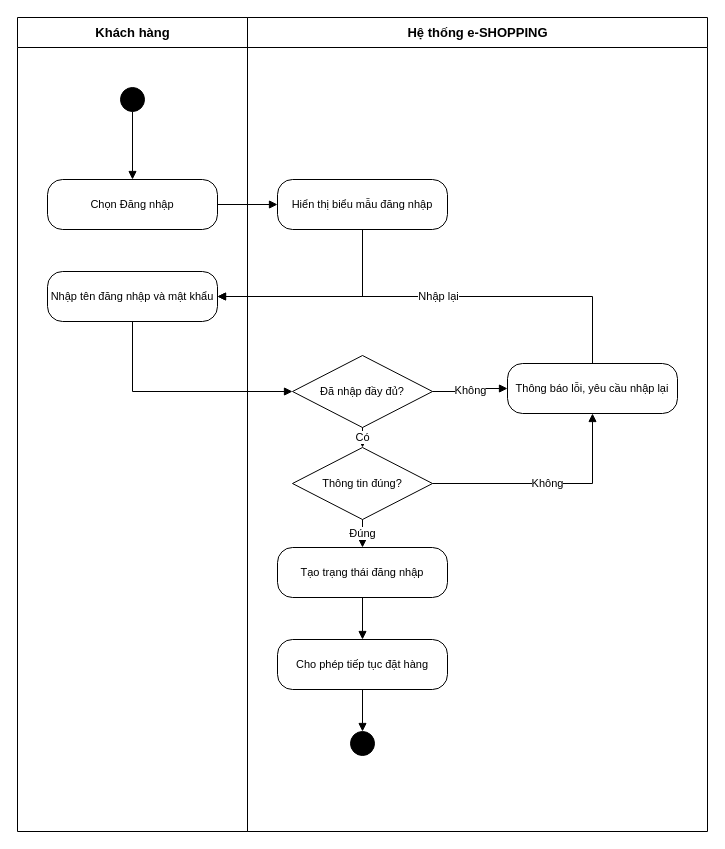
TranThienNhan8279/LAB_OOSD keeps this draw.io diagram as page "Activity - Đăng nhập" (3 of 6) of IMAGES/LAB4/LAB4_UML.drawio. Above is the earlier version. Source tidied: cells renumbered, new cells numbered last; positions are measured from the earlier drawing's top-left corner, leaving out a move shared by most shapes. Both pictures are drawn from the tidied source at 100%, with x=0, y=0 at pixel (17, 17).
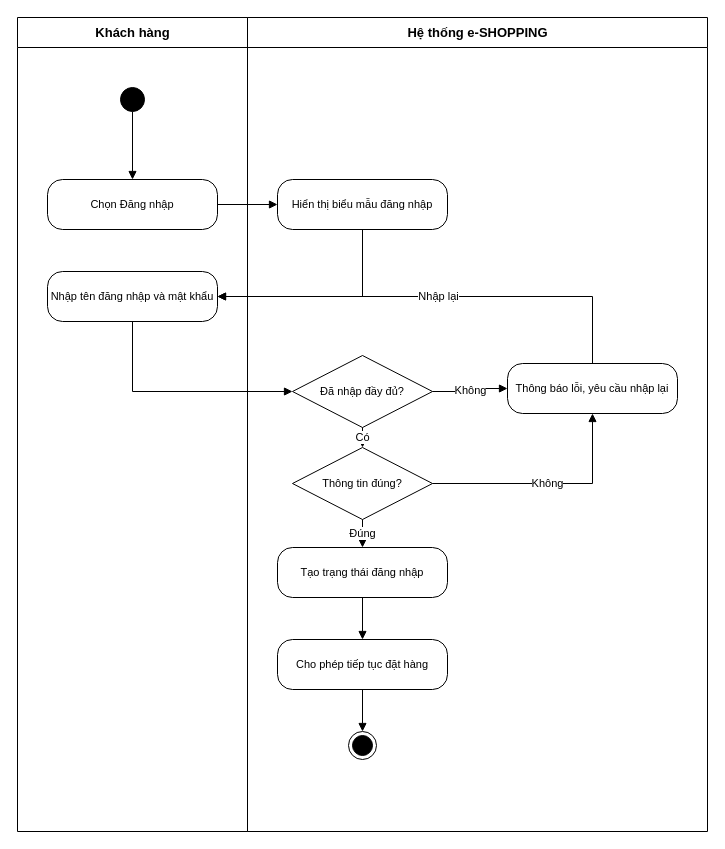
After the change.

Change to the diagram source:
```diff
@@
-    <mxCell id="13" style="ellipse;html=1;fillColor=#000000;strokeColor=#000000;" parent="1" vertex="1">
-      <mxGeometry x="333" y="714" width="24" height="24" as="geometry" />
+    <mxCell id="13" style="ellipse;shape=endState;html=1;fillColor=#000000;strokeColor=#000000;" parent="1" vertex="1">
+      <mxGeometry x="331" y="714" width="28" height="28" as="geometry" />
     </mxCell>
```
